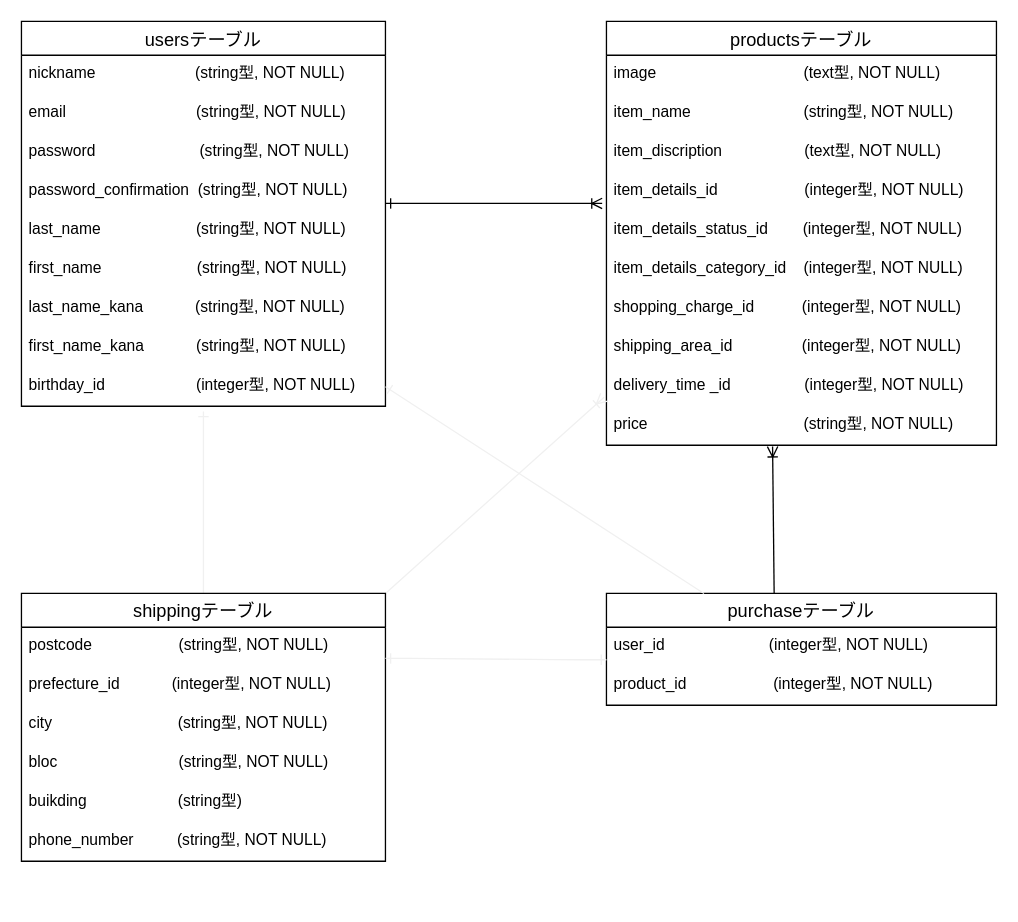
Above: furima.dio in ayaishi1213/furima-35244 (draw.io), before the change. Source tidied: cells renumbered, new cells numbered last; positions are measured from the earlier drawing's top-left corner, leaving out a move shared by most shapes. Both pictures are drawn from the tidied source at 130%, with x=0, y=0 at pixel (21, 21).
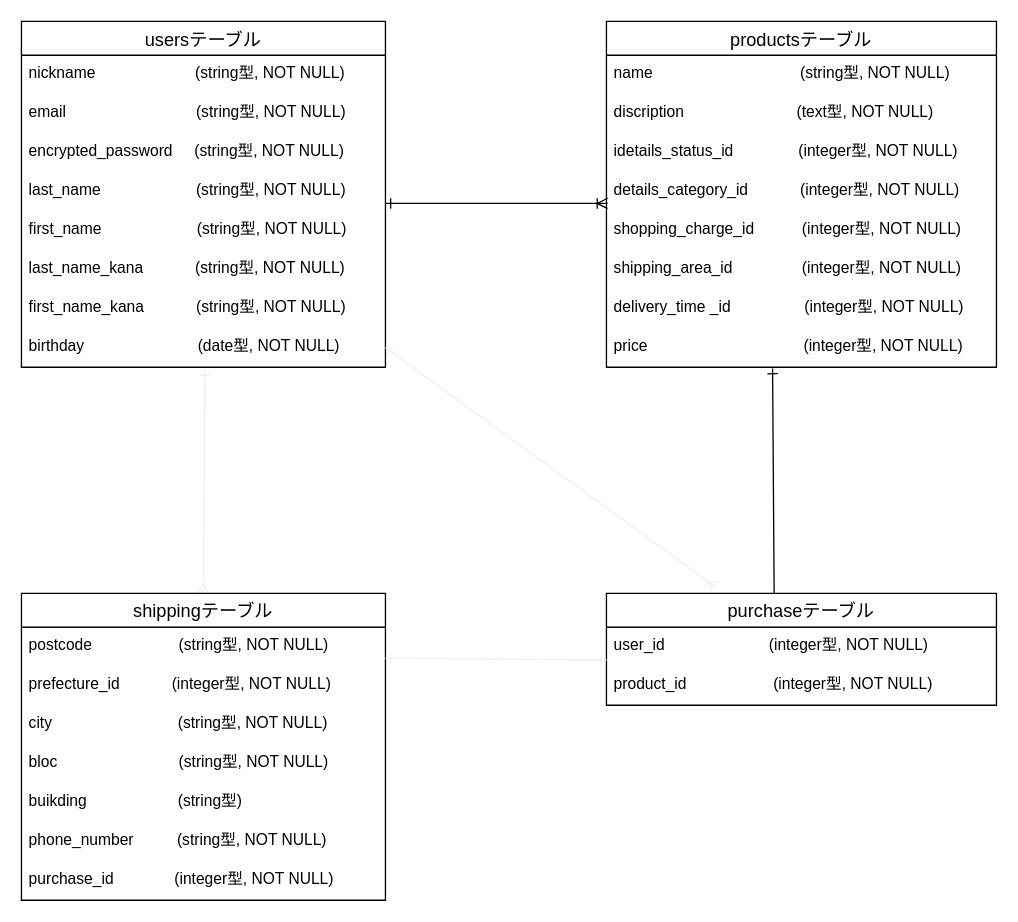
After the change.

Commit message (it also covers changes not shown here):
データベース設計修正_1

Unchanged cells that the change refers to:
```xml
<mxCell id="33" value="purchaseテーブル" style="swimlane;fontStyle=0;horizontal=1;startSize=26;align=center;fontSize=14;" parent="1" vertex="1">
  <mxGeometry x="450" y="440" width="300" height="86" as="geometry" />
</mxCell>
```

What changed in the source:
```diff
@@
     <mxCell id="2" value="productsテーブル" style="swimlane;fontStyle=0;horizontal=1;startSize=26;align=center;fontSize=14;" parent="1" vertex="1">
-      <mxGeometry x="450" width="300" height="326" as="geometry" />
+      <mxGeometry x="450" width="300" height="266" as="geometry" />
     </mxCell>
-    <mxCell id="3" value="image                                  (text型, NOT NULL)" style="text;strokeColor=none;fillColor=none;spacingLeft=4;spacingRight=4;overflow=hidden;fontSize=12;" parent="2" vertex="1">
-      <mxGeometry y="26" width="300" height="30" as="geometry" />
-    </mxCell>
-    <mxCell id="4" value="item_name                          (string型, NOT NULL)" style="text;strokeColor=none;fillColor=none;spacingLeft=4;spacingRight=4;overflow=hidden;fontSize=12;" parent="2" vertex="1">
-      <mxGeometry y="56" width="300" height="30" as="geometry" />
+    <mxCell id="4" value="name                                  (string型, NOT NULL)" style="text;strokeColor=none;fillColor=none;spacingLeft=4;spacingRight=4;overflow=hidden;fontSize=12;" parent="2" vertex="1">
+      <mxGeometry y="26" width="300" height="30" as="geometry" />
     </mxCell>
-    <mxCell id="5" value="item_discription                   (text型, NOT NULL)" style="text;strokeColor=none;fillColor=none;spacingLeft=4;spacingRight=4;overflow=hidden;fontSize=12;" parent="2" vertex="1">
-      <mxGeometry y="86" width="300" height="30" as="geometry" />
+    <mxCell id="5" value="discription                          (text型, NOT NULL)" style="text;strokeColor=none;fillColor=none;spacingLeft=4;spacingRight=4;overflow=hidden;fontSize=12;" parent="2" vertex="1">
+      <mxGeometry y="56" width="300" height="30" as="geometry" />
     </mxCell>
-    <mxCell id="6" value="item_details_id                    (integer型, NOT NULL)" style="text;strokeColor=none;fillColor=none;spacingLeft=4;spacingRight=4;overflow=hidden;points=[[0,0.5],[1,0.5]];portConstraint=eastwest;fontSize=12;" parent="2" vertex="1">
-      <mxGeometry y="116" width="300" height="30" as="geometry" />
-    </mxCell>
-    <mxCell id="7" value="item_details_status_id        (integer型, NOT NULL)" style="text;strokeColor=none;fillColor=none;spacingLeft=4;spacingRight=4;overflow=hidden;fontSize=12;" parent="2" vertex="1">
-      <mxGeometry y="146" width="300" height="30" as="geometry" />
+    <mxCell id="7" value="idetails_status_id               (integer型, NOT NULL)" style="text;strokeColor=none;fillColor=none;spacingLeft=4;spacingRight=4;overflow=hidden;fontSize=12;" parent="2" vertex="1">
+      <mxGeometry y="86" width="300" height="30" as="geometry" />
     </mxCell>
-    <mxCell id="8" value="item_details_category_id    (integer型, NOT NULL)" style="text;strokeColor=none;fillColor=none;spacingLeft=4;spacingRight=4;overflow=hidden;points=[[0,0.5],[1,0.5]];portConstraint=eastwest;fontSize=12;" parent="2" vertex="1">
-      <mxGeometry y="176" width="300" height="30" as="geometry" />
+    <mxCell id="8" value="details_category_id            (integer型, NOT NULL)" style="text;strokeColor=none;fillColor=none;spacingLeft=4;spacingRight=4;overflow=hidden;points=[[0,0.5],[1,0.5]];portConstraint=eastwest;fontSize=12;" parent="2" vertex="1">
+      <mxGeometry y="116" width="300" height="30" as="geometry" />
     </mxCell>
     <mxCell id="9" value="shopping_charge_id           (integer型, NOT NULL)" style="text;strokeColor=none;fillColor=none;spacingLeft=4;spacingRight=4;overflow=hidden;fontSize=12;" parent="2" vertex="1">
-      <mxGeometry y="206" width="300" height="30" as="geometry" />
+      <mxGeometry y="146" width="300" height="30" as="geometry" />
     </mxCell>
     <mxCell id="10" value="shipping_area_id                (integer型, NOT NULL)" style="text;strokeColor=none;fillColor=none;spacingLeft=4;spacingRight=4;overflow=hidden;fontSize=12;" parent="2" vertex="1">
-      <mxGeometry y="236" width="300" height="30" as="geometry" />
+      <mxGeometry y="176" width="300" height="30" as="geometry" />
     </mxCell>
     <mxCell id="11" value="delivery_time _id                 (integer型, NOT NULL)" style="text;strokeColor=none;fillColor=none;spacingLeft=4;spacingRight=4;overflow=hidden;points=[[0,0.5],[1,0.5]];portConstraint=eastwest;fontSize=12;" parent="2" vertex="1">
-      <mxGeometry y="266" width="300" height="30" as="geometry" />
+      <mxGeometry y="206" width="300" height="30" as="geometry" />
     </mxCell>
-    <mxCell id="12" value="price                                    (string型, NOT NULL)" style="text;strokeColor=none;fillColor=none;spacingLeft=4;spacingRight=4;overflow=hidden;points=[[0,0.5],[1,0.5]];portConstraint=eastwest;fontSize=12;" parent="2" vertex="1">
-      <mxGeometry y="296" width="300" height="30" as="geometry" />
+    <mxCell id="12" value="price                                    (integer型, NOT NULL)" style="text;strokeColor=none;fillColor=none;spacingLeft=4;spacingRight=4;overflow=hidden;points=[[0,0.5],[1,0.5]];portConstraint=eastwest;fontSize=12;" parent="2" vertex="1">
+      <mxGeometry y="236" width="300" height="30" as="geometry" />
     </mxCell>
     <mxCell id="13" value="usersテーブル" style="swimlane;fontStyle=0;horizontal=1;startSize=26;align=center;fontSize=14;" parent="1" vertex="1">
-      <mxGeometry width="280" height="296" as="geometry" />
+      <mxGeometry width="280" height="266" as="geometry" />
     </mxCell>
@@
-    <mxCell id="16" value="password                        (string型, NOT NULL)" style="text;strokeColor=none;fillColor=none;spacingLeft=4;spacingRight=4;overflow=hidden;fontSize=12;" parent="13" vertex="1">
+    <mxCell id="16" value="encrypted_password     (string型, NOT NULL)" style="text;strokeColor=none;fillColor=none;spacingLeft=4;spacingRight=4;overflow=hidden;fontSize=12;" parent="13" vertex="1">
       <mxGeometry y="86" width="280" height="30" as="geometry" />
     </mxCell>
-    <mxCell id="17" value="password_confirmation  (string型, NOT NULL)" style="text;strokeColor=none;fillColor=none;spacingLeft=4;spacingRight=4;overflow=hidden;fontSize=12;" parent="13" vertex="1">
-      <mxGeometry y="116" width="280" height="30" as="geometry" />
-    </mxCell>
     <mxCell id="18" value="last_name                      (string型, NOT NULL)" style="text;strokeColor=none;fillColor=none;spacingLeft=4;spacingRight=4;overflow=hidden;fontSize=12;" parent="13" vertex="1">
-      <mxGeometry y="146" width="280" height="30" as="geometry" />
+      <mxGeometry y="116" width="280" height="30" as="geometry" />
     </mxCell>
     <mxCell id="19" value="first_name                      (string型, NOT NULL)" style="text;strokeColor=none;fillColor=none;spacingLeft=4;spacingRight=4;overflow=hidden;fontSize=12;" parent="13" vertex="1">
-      <mxGeometry y="176" width="280" height="30" as="geometry" />
+      <mxGeometry y="146" width="280" height="30" as="geometry" />
     </mxCell>
     <mxCell id="20" value="last_name_kana            (string型, NOT NULL)" style="text;strokeColor=none;fillColor=none;spacingLeft=4;spacingRight=4;overflow=hidden;fontSize=12;" parent="13" vertex="1">
-      <mxGeometry y="206" width="280" height="30" as="geometry" />
+      <mxGeometry y="176" width="280" height="30" as="geometry" />
     </mxCell>
     <mxCell id="21" value="first_name_kana            (string型, NOT NULL)" style="text;strokeColor=none;fillColor=none;spacingLeft=4;spacingRight=4;overflow=hidden;fontSize=12;" parent="13" vertex="1">
-      <mxGeometry y="236" width="280" height="30" as="geometry" />
+      <mxGeometry y="206" width="280" height="30" as="geometry" />
     </mxCell>
-    <mxCell id="22" value="birthday_id                     (integer型, NOT NULL)" style="text;strokeColor=none;fillColor=none;spacingLeft=4;spacingRight=4;overflow=hidden;points=[[0,0.5],[1,0.5]];portConstraint=eastwest;fontSize=12;" parent="13" vertex="1">
-      <mxGeometry y="266" width="280" height="30" as="geometry" />
+    <mxCell id="22" value="birthday　　                   (date型, NOT NULL)" style="text;strokeColor=none;fillColor=none;spacingLeft=4;spacingRight=4;overflow=hidden;points=[[0,0.5],[1,0.5]];portConstraint=eastwest;fontSize=12;" parent="13" vertex="1">
+      <mxGeometry y="236" width="280" height="30" as="geometry" />
     </mxCell>
-    <mxCell id="23" style="edgeStyle=none;rounded=0;jettySize=auto;html=1;exitX=1;exitY=0;exitDx=0;exitDy=0;sourcePerimeterSpacing=-15;endArrow=ERoneToMany;endFill=0;targetPerimeterSpacing=12;strokeColor=#f0f0f0;entryX=-0.006;entryY=0.767;entryDx=0;entryDy=0;entryPerimeter=0;" parent="1" edge="1" source="25" target="11">
-      <mxGeometry relative="1" as="geometry" />
-    </mxCell>
-    <mxCell id="24" style="edgeStyle=none;rounded=0;jettySize=auto;html=1;sourcePerimeterSpacing=-15;endArrow=ERone;endFill=0;targetPerimeterSpacing=12;strokeColor=#f0f0f0;" parent="1" edge="1" source="25">
-      <mxGeometry relative="1" as="geometry">
-        <mxPoint x="140" y="300" as="targetPoint" />
-      </mxGeometry>
+    <mxCell id="24" style="edgeStyle=none;rounded=0;jettySize=auto;html=1;sourcePerimeterSpacing=-15;endArrow=ERone;endFill=0;targetPerimeterSpacing=12;strokeColor=#f0f0f0;entryX=0.504;entryY=1.067;entryDx=0;entryDy=0;entryPerimeter=0;startArrow=ERmany;startFill=0;exitX=0.5;exitY=0;exitDx=0;exitDy=0;" parent="1" edge="1" source="25" target="22">
+      <mxGeometry relative="1" as="geometry" />
     </mxCell>
     <mxCell id="25" value="shippingテーブル" style="swimlane;fontStyle=0;horizontal=1;startSize=26;align=center;fontSize=14;" parent="1" vertex="1">
-      <mxGeometry y="440" width="280" height="206" as="geometry" />
+      <mxGeometry y="440" width="280" height="236" as="geometry" />
     </mxCell>
@@
+    <mxCell id="39" value="purchase_id              (integer型, NOT NULL)&#10; " style="text;strokeColor=none;fillColor=none;spacingLeft=4;spacingRight=4;overflow=hidden;fontSize=12;" parent="25" vertex="1">
+      <mxGeometry y="206" width="280" height="30" as="geometry" />
+    </mxCell>
-    <mxCell id="32" style="edgeStyle=none;rounded=0;jettySize=auto;html=1;entryX=0.426;entryY=1.033;entryDx=0;entryDy=0;entryPerimeter=0;sourcePerimeterSpacing=-15;targetPerimeterSpacing=12;endArrow=ERoneToMany;endFill=0;exitX=0.43;exitY=0;exitDx=0;exitDy=0;exitPerimeter=0;" parent="1" edge="1" source="33" target="12">
+    <mxCell id="32" style="edgeStyle=none;rounded=0;jettySize=auto;html=1;entryX=0.426;entryY=1.033;entryDx=0;entryDy=0;entryPerimeter=0;sourcePerimeterSpacing=-15;targetPerimeterSpacing=12;endArrow=ERone;endFill=0;exitX=0.43;exitY=0;exitDx=0;exitDy=0;exitPerimeter=0;" parent="1" edge="1" source="33" target="12">
       <mxGeometry relative="1" as="geometry" />
     </mxCell>
@@
-    <mxCell id="36" style="edgeStyle=entityRelationEdgeStyle;fontSize=12;html=1;endArrow=ERoneToMany;startArrow=ERone;entryX=-0.011;entryY=0.8;entryDx=0;entryDy=0;entryPerimeter=0;startFill=0;endFill=0;" parent="1" edge="1" target="6">
+    <mxCell id="36" style="edgeStyle=entityRelationEdgeStyle;fontSize=12;html=1;endArrow=ERoneToMany;startArrow=ERone;entryX=0.003;entryY=0.8;entryDx=0;entryDy=0;entryPerimeter=0;startFill=0;endFill=0;" parent="1" edge="1" target="8">
       <mxGeometry relative="1" as="geometry">
         <mxPoint x="280" y="140" as="sourcePoint" />
       </mxGeometry>
     </mxCell>
@@
-    <mxCell id="38" style="edgeStyle=none;rounded=0;jettySize=auto;html=1;exitX=1;exitY=0.5;exitDx=0;exitDy=0;entryX=0.25;entryY=0;entryDx=0;entryDy=0;startArrow=ERone;startFill=0;sourcePerimeterSpacing=-15;endArrow=none;endFill=0;targetPerimeterSpacing=12;strokeColor=#f0f0f0;" parent="1" edge="1" source="22" target="33">
+    <mxCell id="38" style="edgeStyle=none;rounded=0;jettySize=auto;html=1;exitX=1;exitY=0.5;exitDx=0;exitDy=0;entryX=0.28;entryY=-0.058;entryDx=0;entryDy=0;startArrow=ERone;startFill=0;sourcePerimeterSpacing=-15;endArrow=ERmany;endFill=0;targetPerimeterSpacing=12;strokeColor=#f0f0f0;entryPerimeter=0;" parent="1" edge="1" source="22" target="33">
       <mxGeometry relative="1" as="geometry" />
     </mxCell>
```
